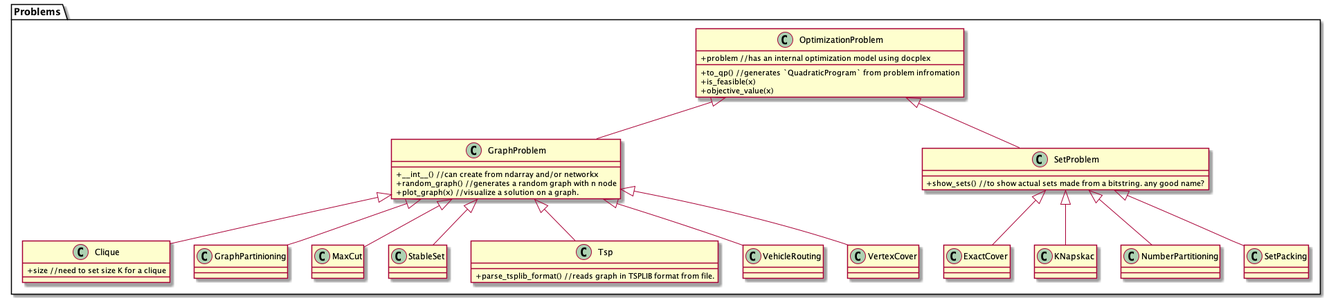
Above: out/problems/problems.png in a-matsuo/optimization_class (PlantUML), before the change.
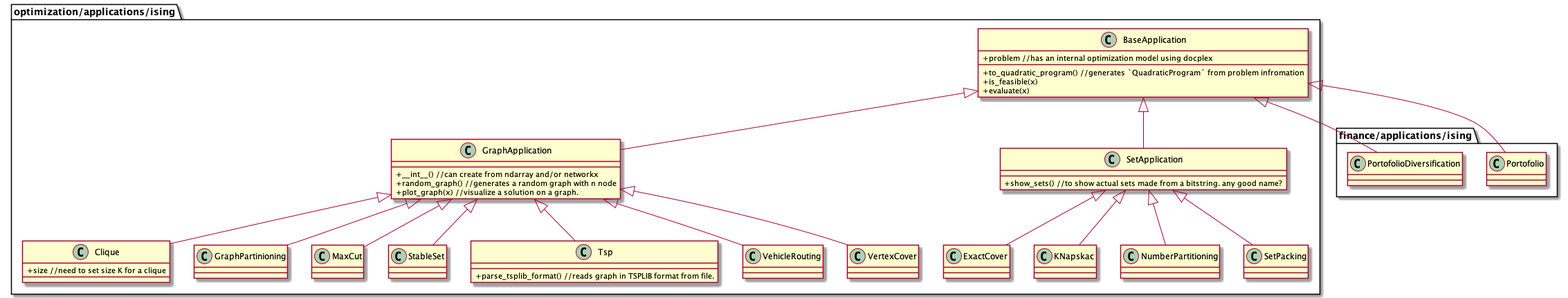
The same file after the commit.

Diff of the diagram source:
```diff
@@ -1,14 +1,14 @@
 @startuml
 skinparam classAttributeIconSize 0
-package Problems {
-    class OptimizationProblem
+package optimization/applications/ising {
+    class BaseApplication
     {
         +problem //has an internal optimization model using docplex
-        +to_qp() //generates `QuadraticProgram` from problem infromation
+        +to_quadratic_program() //generates `QuadraticProgram` from problem infromation
         +is_feasible(x)
-        +objective_value(x)
+        +evaluate(x)
     }
-    class GraphProblem
+    class GraphApplication
     {
         +__int__() //can create from ndarray and/or networkx
         +random_graph() //generates a random graph with n node
@@ -39,7 +39,7 @@
 
     }
 
-    class SetProblem
+    class SetApplication
     {
         +show_sets() //to show actual sets made from a bitstring. any good name?
     }
@@ -74,19 +74,32 @@
 
 }
 
-OptimizationProblem <|-- GraphProblem
-OptimizationProblem <|-- SetProblem
+package finance/applications/ising {
+    class Portofolio
+    {
+    }
+    class PortofolioDiversification
+    {
+    }
+}
 
-GraphProblem <|-- Clique
-GraphProblem <|-- GraphPartinioning
-GraphProblem <|-- MaxCut
-GraphProblem <|-- StableSet
-GraphProblem <|-- Tsp
-GraphProblem <|-- VehicleRouting
-GraphProblem <|-- VertexCover
+BaseApplication <|-- GraphApplication
+BaseApplication <|-- SetApplication
 
-SetProblem<|-- ExactCover
-SetProblem<|-- SetPacking
-SetProblem <|-- NumberPartitioning
-SetProblem <|-- KNapskac
+GraphApplication <|-- Clique
+GraphApplication <|-- GraphPartinioning
+GraphApplication <|-- MaxCut
+GraphApplication <|-- StableSet
+GraphApplication <|-- Tsp
+GraphApplication <|-- VehicleRouting
+GraphApplication <|-- VertexCover
+
+SetApplication<|-- ExactCover
+SetApplication<|-- SetPacking
+SetApplication <|-- NumberPartitioning
+SetApplication <|-- KNapskac
+
+BaseApplication <|-- Portofolio
+BaseApplication <|-- PortofolioDiversification
+
 @enduml
```
